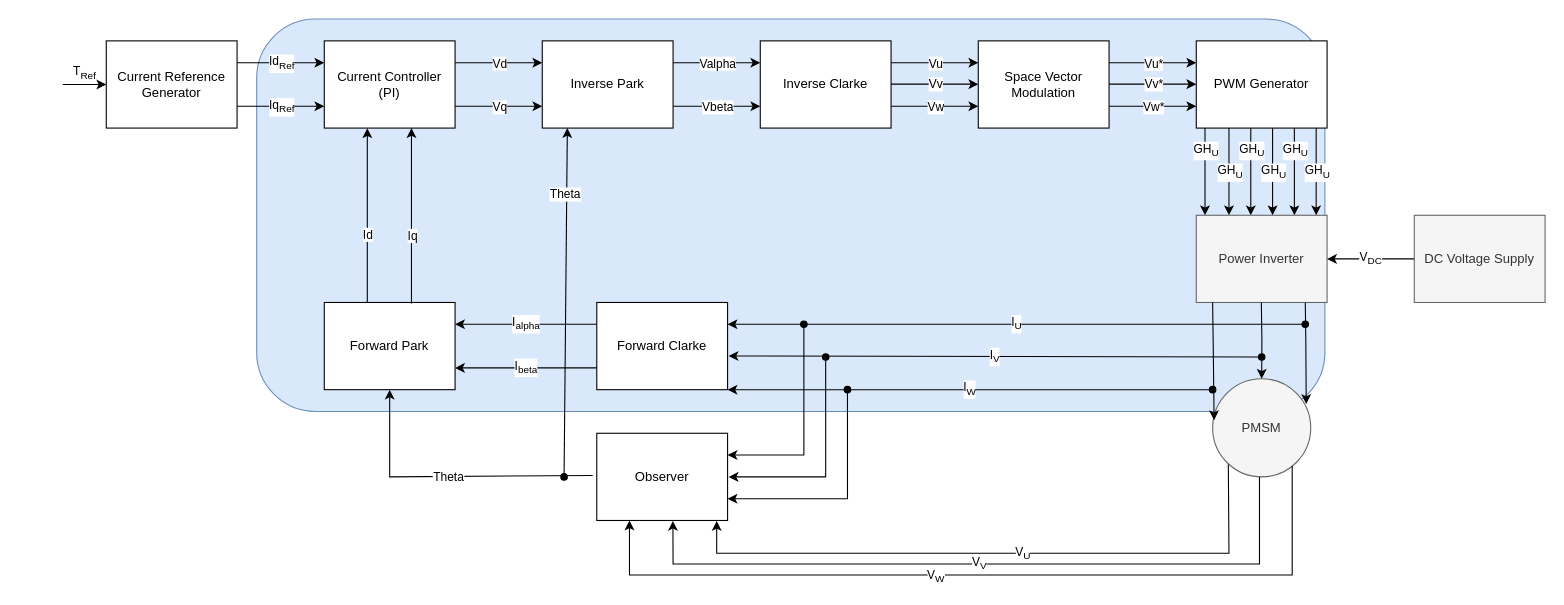
emil800/msp430ref keeps this draw.io diagram as Control.drawio. Above is the earlier version. Source tidied: cells renumbered, new cells numbered last; positions are measured from the earlier drawing's top-left corner, leaving out a move shared by most shapes. Both pictures are drawn from the tidied source at 109%, with x=0, y=0 at pixel (62, 19).
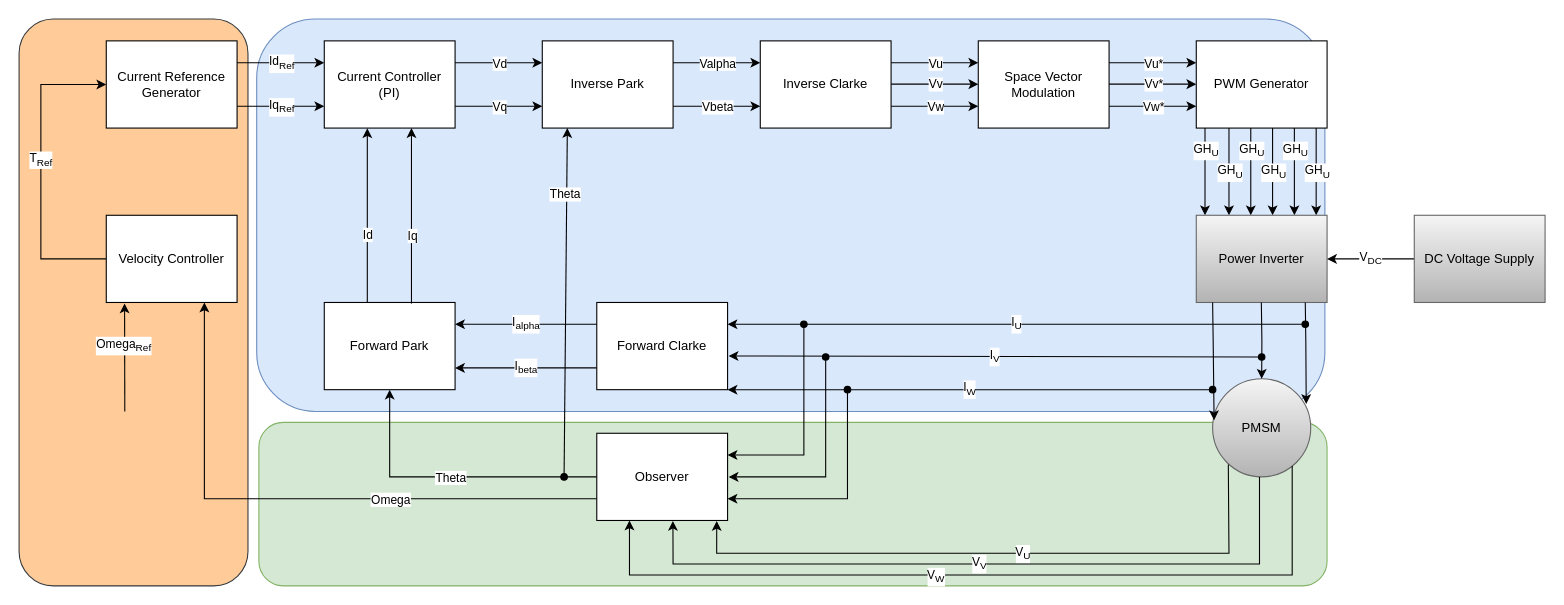
The same page after the edit.

Unchanged cells that the change refers to:
```xml
<mxCell id="57" value="Forward Park" style="rounded=0;whiteSpace=wrap;html=1;" parent="1" vertex="1">
  <mxGeometry x="240" y="260" width="120" height="80" as="geometry" />
</mxCell>
<mxCell id="60" value="Observer" style="rounded=0;whiteSpace=wrap;html=1;" parent="1" vertex="1">
  <mxGeometry x="490" y="380" width="120" height="80" as="geometry" />
</mxCell>
```

The edit, as a diff of the source:
```diff
@@
+    <mxCell id="78" style="rounded=1;whiteSpace=wrap;html=1;fillColor=#d5e8d4;strokeColor=#82b366;" parent="1" vertex="1">
+      <mxGeometry x="180" y="370" width="980" height="150" as="geometry" />
+    </mxCell>
@@
+    <mxCell id="79" style="rounded=1;whiteSpace=wrap;html=1;fillColor=#ffcc99;strokeColor=#36393d;" parent="1" vertex="1">
+      <mxGeometry x="-40" width="210" height="520" as="geometry" />
+    </mxCell>
@@
-    <mxCell id="6" value="T&lt;sub&gt;Ref&lt;/sub&gt;" style="endArrow=classic;html=1;rounded=0;labelPosition=center;verticalLabelPosition=top;align=center;verticalAlign=bottom;" parent="1" edge="1">
+    <mxCell id="6" value="T&lt;sub&gt;Ref&lt;/sub&gt;" style="endArrow=classic;html=1;rounded=0;labelPosition=center;verticalLabelPosition=top;align=center;verticalAlign=bottom;exitX=0;exitY=0.5;exitDx=0;exitDy=0;" parent="1" edge="1" source="80">
       <mxGeometry relative="1" as="geometry">
-        <mxPoint y="60" as="sourcePoint" />
         <mxPoint x="40" y="60" as="targetPoint" />
+        <Array as="points">
+          <mxPoint x="-20" y="220" />
+          <mxPoint x="-20" y="60" />
+        </Array>
       </mxGeometry>
     </mxCell>
@@
-    <mxCell id="46" value="Power Inverter" style="rounded=0;whiteSpace=wrap;html=1;labelBackgroundColor=none;fillStyle=auto;fillColor=#f5f5f5;fontColor=#333333;strokeColor=#666666;" parent="1" vertex="1">
+    <mxCell id="46" value="Power Inverter" style="rounded=0;whiteSpace=wrap;html=1;labelBackgroundColor=none;fillStyle=auto;fillColor=#f5f5f5;strokeColor=#666666;gradientColor=#b3b3b3;" parent="1" vertex="1">
       <mxGeometry x="1040" y="180" width="120" height="80" as="geometry" />
     </mxCell>
@@
-    <mxCell id="48" value="DC Voltage Supply" style="rounded=0;whiteSpace=wrap;html=1;fillColor=#f5f5f5;fontColor=#333333;strokeColor=#666666;" parent="1" vertex="1">
+    <mxCell id="48" value="DC Voltage Supply" style="rounded=0;whiteSpace=wrap;html=1;fillColor=#f5f5f5;strokeColor=#666666;gradientColor=#b3b3b3;" parent="1" vertex="1">
       <mxGeometry x="1240" y="180" width="120" height="80" as="geometry" />
     </mxCell>
-    <mxCell id="49" value="PMSM" style="ellipse;whiteSpace=wrap;html=1;fillColor=#f5f5f5;fontColor=#333333;strokeColor=#666666;" parent="1" vertex="1">
+    <mxCell id="49" value="PMSM" style="ellipse;whiteSpace=wrap;html=1;fillColor=#f5f5f5;strokeColor=#666666;gradientColor=#b3b3b3;" parent="1" vertex="1">
       <mxGeometry x="1055" y="330" width="90" height="90" as="geometry" />
     </mxCell>
@@
-    <mxCell id="70" style="endArrow=classic;html=1;rounded=0;exitX=-0.031;exitY=0.484;exitDx=0;exitDy=0;exitPerimeter=0;entryX=0.5;entryY=1;entryDx=0;entryDy=0;" parent="1" edge="1" source="60" target="57">
+    <mxCell id="70" style="endArrow=classic;html=1;rounded=0;exitX=0;exitY=0.5;exitDx=0;exitDy=0;entryX=0.5;entryY=1;entryDx=0;entryDy=0;" parent="1" edge="1" source="60" target="57">
       <mxGeometry relative="1" as="geometry">
         <Array as="points">
           <mxPoint x="300" y="420" />
         </Array>
       </mxGeometry>
     </mxCell>
@@
+    <mxCell id="80" value="Velocity Controller" style="rounded=0;whiteSpace=wrap;html=1;" parent="1" vertex="1">
+      <mxGeometry x="40" y="180" width="120" height="80" as="geometry" />
+    </mxCell>
+    <mxCell id="81" style="endArrow=classic;html=1;rounded=0;entryX=0.14;entryY=1.011;entryDx=0;entryDy=0;entryPerimeter=0;" parent="1" edge="1" target="80">
+      <mxGeometry relative="1" as="geometry">
+        <mxPoint x="57" y="360" as="sourcePoint" />
+      </mxGeometry>
+    </mxCell>
+    <mxCell id="82" value="Omega&lt;sub&gt;Ref&lt;/sub&gt;" style="edgeLabel;html=1;align=center;verticalAlign=middle;" parent="81" vertex="1">
+      <mxGeometry x="-0.3" y="1" relative="1" as="geometry">
+        <mxPoint y="-26" as="offset" />
+      </mxGeometry>
+    </mxCell>
+    <mxCell id="83" style="endArrow=classic;html=1;rounded=0;entryX=0.75;entryY=1;entryDx=0;entryDy=0;exitX=0;exitY=0.75;exitDx=0;exitDy=0;" parent="1" edge="1" source="60" target="80">
+      <mxGeometry relative="1" as="geometry">
+        <Array as="points">
+          <mxPoint x="130" y="440" />
+        </Array>
+      </mxGeometry>
+    </mxCell>
+    <mxCell id="84" value="Omega" style="edgeLabel;html=1;align=center;verticalAlign=middle;" parent="83" vertex="1">
+      <mxGeometry x="-0.3" y="1" relative="1" as="geometry">
+        <mxPoint x="-1" y="-1" as="offset" />
+      </mxGeometry>
+    </mxCell>
```
